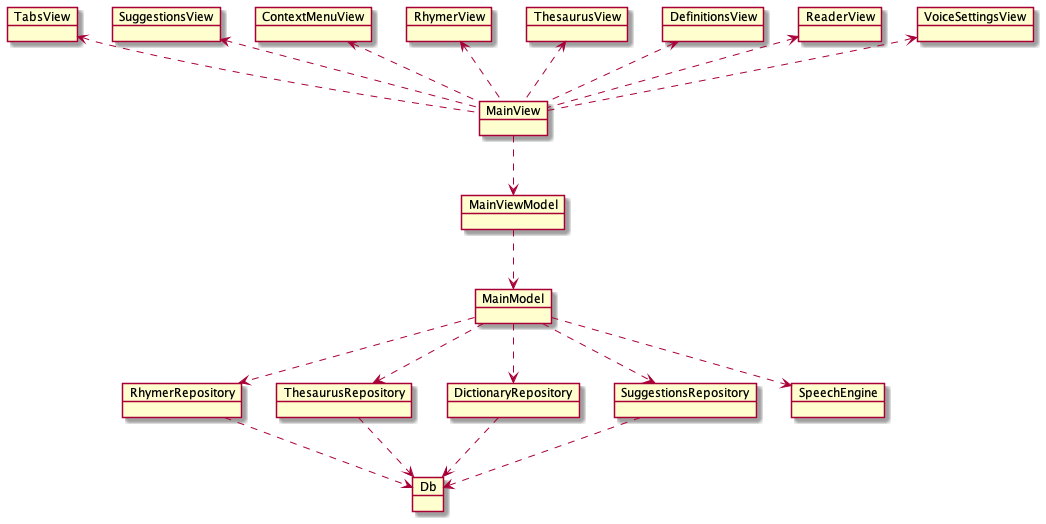
Above: doc/object-diagram.png in caarmen/poet-assistant-web (PlantUML), before the change.
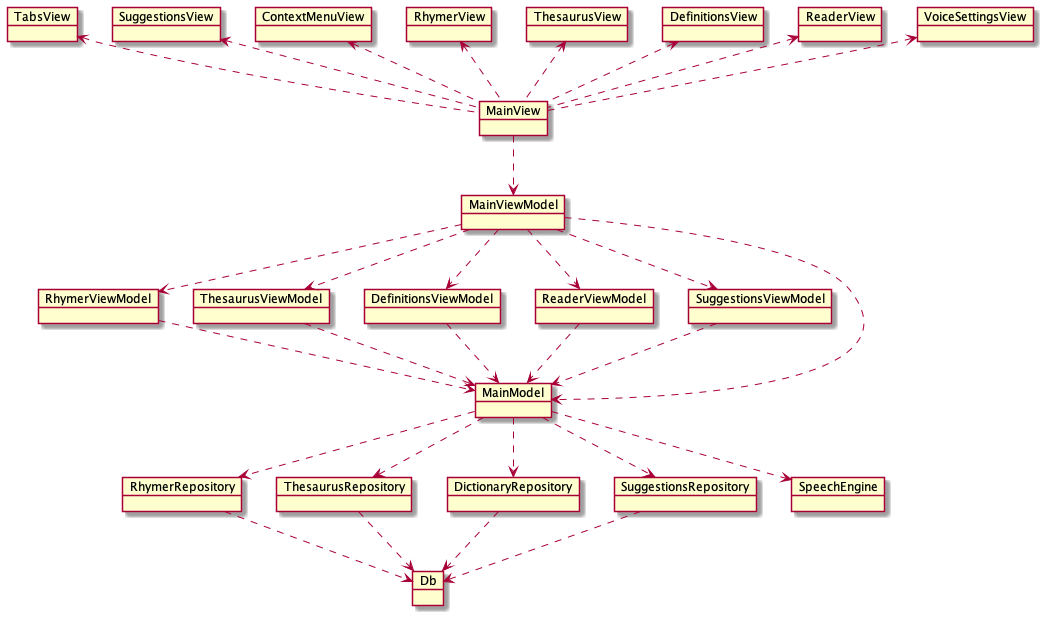
After the change.

Commit message:
Split MainViewModel into smaller viewmodels

Diff of the diagram source:
```diff
@@ -10,6 +10,11 @@
 object MainView
 
 object MainViewModel
+object RhymerViewModel
+object ThesaurusViewModel
+object DefinitionsViewModel
+object ReaderViewModel
+object SuggestionsViewModel
 
 object MainModel
 object RhymerRepository
@@ -32,6 +37,17 @@
 MainView ..> MainViewModel
 
 MainViewModel ..> MainModel
+MainViewModel ..> RhymerViewModel
+MainViewModel ..> ThesaurusViewModel
+MainViewModel ..> DefinitionsViewModel
+MainViewModel ..> ReaderViewModel
+MainViewModel ..> SuggestionsViewModel
+
+RhymerViewModel ..> MainModel
+ThesaurusViewModel ..> MainModel
+DefinitionsViewModel ..> MainModel
+ReaderViewModel ..> MainModel
+SuggestionsViewModel ..> MainModel
 
 MainModel ..> SpeechEngine
 MainModel ..> RhymerRepository
```
